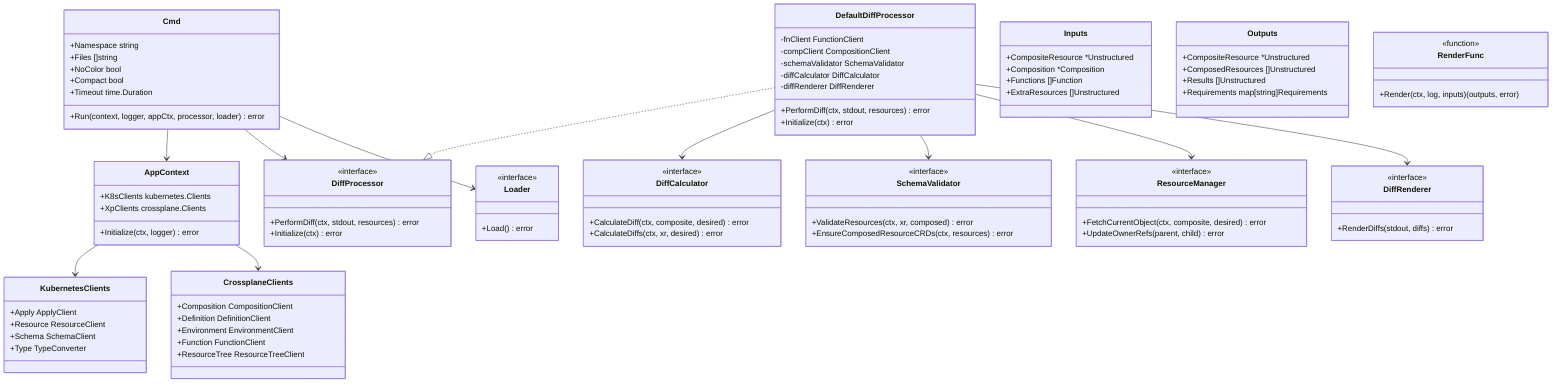
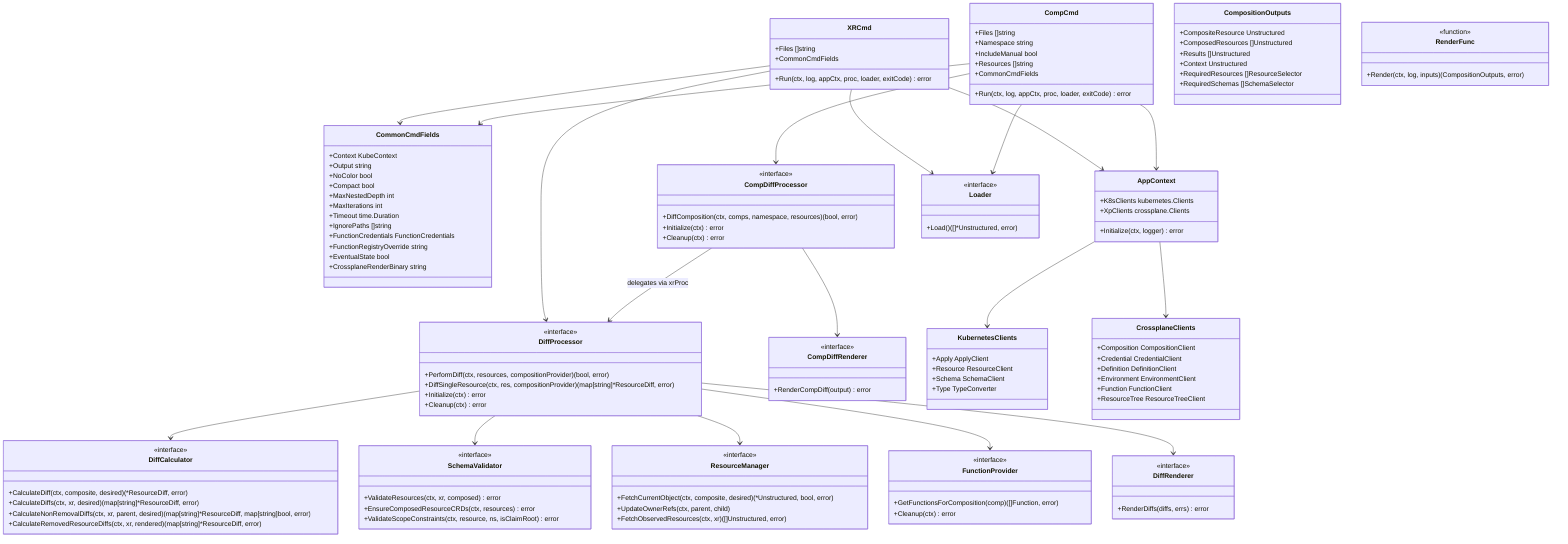
classDiagram
-     class Cmd {
+     class XRCmd {
+         +Files []string
+         +CommonCmdFields
+         +Run(ctx, log, appCtx, proc, loader, exitCode) error
+     }
+ 
+     class CompCmd {
+         +Files []string
        +Namespace string
-         +Files []string
+         +IncludeManual bool
+         +Resources []string
+         +CommonCmdFields
+         +Run(ctx, log, appCtx, proc, loader, exitCode) error
+     }
+ 
+     class CommonCmdFields {
+         +Context KubeContext
+         +Output string
        +NoColor bool
        +Compact bool
+         +MaxNestedDepth int
+         +MaxIterations int
        +Timeout time.Duration
-         +Run(context, logger, appCtx, processor, loader) error
+         +IgnorePaths []string
+         +FunctionCredentials FunctionCredentials
+         +FunctionRegistryOverride string
+         +EventualState bool
+         +CrossplaneRenderBinary string
    }

    class AppContext {
        +K8sClients kubernetes.Clients
        +XpClients crossplane.Clients
        +Initialize(ctx, logger) error
    }

    class DiffProcessor {
        <<interface>>
-         +PerformDiff(ctx, stdout, resources) error
+         +PerformDiff(ctx, resources, compositionProvider) (bool, error)
+         +DiffSingleResource(ctx, res, compositionProvider) (map[string]*ResourceDiff, error)
        +Initialize(ctx) error
+         +Cleanup(ctx) error
    }

-     class DefaultDiffProcessor {
-         -fnClient FunctionClient
-         -compClient CompositionClient
-         -schemaValidator SchemaValidator
-         -diffCalculator DiffCalculator
-         -diffRenderer DiffRenderer
-         +PerformDiff(ctx, stdout, resources) error
+     class CompDiffProcessor {
+         <<interface>>
+         +DiffComposition(ctx, comps, namespace, resources) (bool, error)
        +Initialize(ctx) error
+         +Cleanup(ctx) error
    }

    class DiffCalculator {
        <<interface>>
-         +CalculateDiff(ctx, composite, desired) error
-         +CalculateDiffs(ctx, xr, desired) error
+         +CalculateDiff(ctx, composite, desired) (*ResourceDiff, error)
+         +CalculateDiffs(ctx, xr, desired) (map[string]*ResourceDiff, error)
+         +CalculateNonRemovalDiffs(ctx, xr, parent, desired) (map[string]*ResourceDiff, map[string]bool, error)
+         +CalculateRemovedResourceDiffs(ctx, xr, rendered) (map[string]*ResourceDiff, error)
    }

    class ResourceManager {
        <<interface>>
-         +FetchCurrentObject(ctx, composite, desired) error
-         +UpdateOwnerRefs(parent, child) error
+         +FetchCurrentObject(ctx, composite, desired) (*Unstructured, bool, error)
+         +UpdateOwnerRefs(ctx, parent, child)
+         +FetchObservedResources(ctx, xr) ([]Unstructured, error)
    }

    class SchemaValidator {
        <<interface>>
        +ValidateResources(ctx, xr, composed) error
        +EnsureComposedResourceCRDs(ctx, resources) error
+         +ValidateScopeConstraints(ctx, resource, ns, isClaimRoot) error
+     }
+ 
+     class FunctionProvider {
+         <<interface>>
+         +GetFunctionsForComposition(comp) ([]Function, error)
+         +Cleanup(ctx) error
    }

    class DiffRenderer {
        <<interface>>
-         +RenderDiffs(stdout, diffs) error
+         +RenderDiffs(diffs, errs) error
+     }
+ 
+     class CompDiffRenderer {
+         <<interface>>
+         +RenderCompDiff(output) error
    }

    class Loader {
        <<interface>>
-         +Load() error
+         +Load() ([]*Unstructured, error)
    }

    class KubernetesClients {
        +Apply ApplyClient
        +Resource ResourceClient
        +Schema SchemaClient
        +Type TypeConverter
    }

    class CrossplaneClients {
        +Composition CompositionClient
+         +Credential CredentialClient
        +Definition DefinitionClient
        +Environment EnvironmentClient
        +Function FunctionClient
        +ResourceTree ResourceTreeClient
    }

-     class Inputs {
-         +CompositeResource *Unstructured
-         +Composition *Composition
-         +Functions []Function
-         +ExtraResources []Unstructured
-     }
- 
-     class Outputs {
-         +CompositeResource *Unstructured
+     class CompositionOutputs {
+         +CompositeResource Unstructured
        +ComposedResources []Unstructured
        +Results []Unstructured
-         +Requirements map[string]Requirements
+         +Context Unstructured
+         +RequiredResources []ResourceSelector
+         +RequiredSchemas []SchemaSelector
    }

    class RenderFunc {
        <<function>>
-         +Render(ctx, log, inputs) (outputs, error)
+         +Render(ctx, log, inputs) (CompositionOutputs, error)
    }

-     Cmd --> AppContext
-     Cmd --> DiffProcessor
-     Cmd --> Loader
+     XRCmd --> CommonCmdFields
+     CompCmd --> CommonCmdFields
+     XRCmd --> AppContext
+     CompCmd --> AppContext
+     XRCmd --> DiffProcessor
+     CompCmd --> CompDiffProcessor
+     XRCmd --> Loader
+     CompCmd --> Loader

-     DefaultDiffProcessor ..|> DiffProcessor
-     DefaultDiffProcessor --> DiffCalculator
-     DefaultDiffProcessor --> SchemaValidator
-     DefaultDiffProcessor --> ResourceManager
-     DefaultDiffProcessor --> DiffRenderer
+     CompDiffProcessor --> DiffProcessor : delegates via xrProc
+ 
+     DiffProcessor --> DiffCalculator
+     DiffProcessor --> SchemaValidator
+     DiffProcessor --> ResourceManager
+     DiffProcessor --> FunctionProvider
+     DiffProcessor --> DiffRenderer
+     CompDiffProcessor --> CompDiffRenderer

    AppContext --> KubernetesClients
    AppContext --> CrossplaneClients
